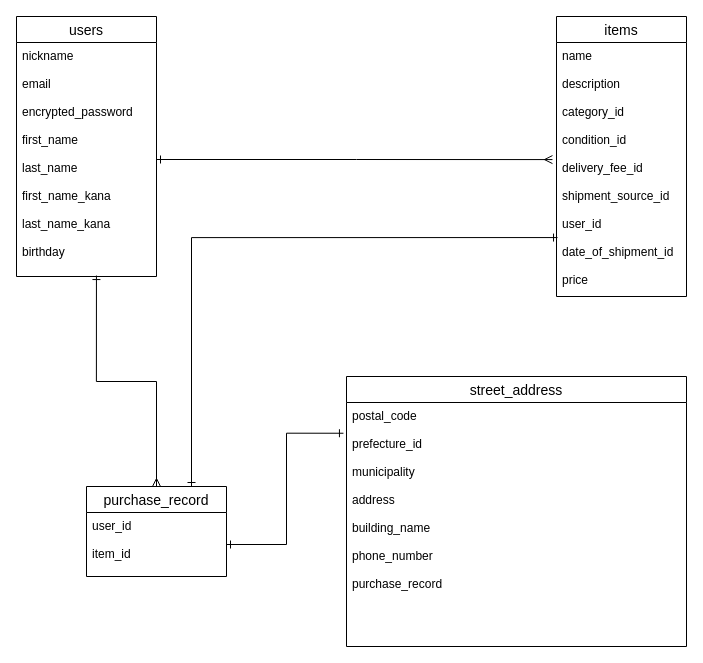
This is config/furima.dio from shuta0417/furima-31790, a draw.io file, before an edit. Source tidied: cells renumbered, new cells numbered last; positions are measured from the earlier drawing's top-left corner, leaving out a move shared by most shapes. Both pictures are drawn from the tidied source at 100%, with x=0, y=0 at pixel (16, 16).
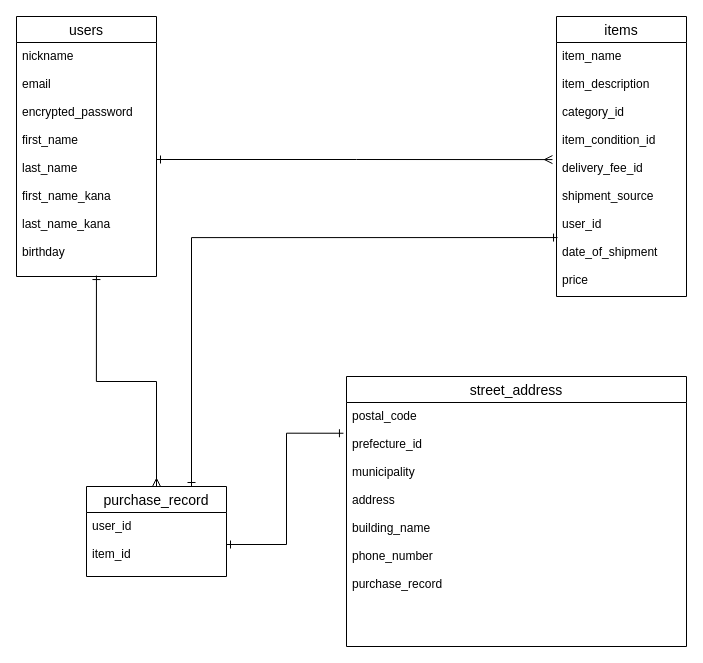
After the change.

What changed in the source:
```diff
@@
 <mxGraphModel>
   <root>
     <mxCell id="0" />
     <mxCell id="1" parent="0" />
     <mxCell id="2" value="items" style="swimlane;fontStyle=0;horizontal=1;startSize=26;align=center;fontSize=14;" parent="1" vertex="1">
       <mxGeometry x="540" width="130" height="280" as="geometry" />
     </mxCell>
-    <mxCell id="3" value="name &#10;&#10;description&#10; &#10;category_id&#10; &#10;condition_id&#10; &#10;delivery_fee_id&#10; &#10;shipment_source_id&#10; &#10;user_id&#10; &#10;date_of_shipment_id&#10; &#10;price" style="text;strokeColor=none;fillColor=none;spacingLeft=4;spacingRight=4;overflow=hidden;points=[[0,0.5],[1,0.5]];portConstraint=eastwest;fontSize=12;" parent="2" vertex="1">
+    <mxCell id="3" value="item_name &#10;&#10;item_description&#10; &#10;category_id&#10; &#10;item_condition_id&#10; &#10;delivery_fee_id&#10; &#10;shipment_source&#10; &#10;user_id&#10; &#10;date_of_shipment&#10; &#10;price" style="text;strokeColor=none;fillColor=none;spacingLeft=4;spacingRight=4;overflow=hidden;points=[[0,0.5],[1,0.5]];portConstraint=eastwest;fontSize=12;" parent="2" vertex="1">
       <mxGeometry y="26" width="130" height="254" as="geometry" />
     </mxCell>
     <mxCell id="4" value="users" style="swimlane;fontStyle=0;horizontal=1;startSize=26;align=center;fontSize=14;" parent="1" vertex="1">
       <mxGeometry width="140" height="260" as="geometry" />
     </mxCell>
     <mxCell id="5" value="nickname &#10;&#10;email&#10;&#10;encrypted_password&#10;&#10;first_name &#10;&#10;last_name &#10;&#10;first_name_kana &#10;&#10;last_name_kana &#10;&#10;birthday " style="text;strokeColor=none;fillColor=none;spacingLeft=4;spacingRight=4;overflow=hidden;points=[[0,0.5],[1,0.5]];portConstraint=eastwest;fontSize=12;" parent="4" vertex="1">
       <mxGeometry y="26" width="140" height="234" as="geometry" />
     </mxCell>
     <mxCell id="6" style="edgeStyle=orthogonalEdgeStyle;rounded=0;jettySize=auto;html=1;exitX=0.5;exitY=0;exitDx=0;exitDy=0;entryX=0.571;entryY=0.996;entryDx=0;entryDy=0;entryPerimeter=0;startArrow=ERmany;startFill=0;endArrow=ERone;endFill=0;" parent="1" edge="1" source="9" target="5">
       <mxGeometry relative="1" as="geometry" />
     </mxCell>
     <mxCell id="7" style="edgeStyle=orthogonalEdgeStyle;rounded=0;jettySize=auto;html=1;entryX=-0.031;entryY=0.461;entryDx=0;entryDy=0;entryPerimeter=0;startArrow=ERone;startFill=0;endArrow=ERmany;endFill=0;" parent="1" edge="1" source="5" target="3">
       <mxGeometry relative="1" as="geometry" />
     </mxCell>
     <mxCell id="8" style="edgeStyle=orthogonalEdgeStyle;rounded=0;jettySize=auto;html=1;exitX=0.75;exitY=0;exitDx=0;exitDy=0;entryX=0.008;entryY=0.768;entryDx=0;entryDy=0;entryPerimeter=0;startArrow=ERone;startFill=0;endArrow=ERone;endFill=0;" parent="1" edge="1" source="9" target="3">
       <mxGeometry relative="1" as="geometry" />
     </mxCell>
     <mxCell id="9" value="purchase_record" style="swimlane;fontStyle=0;horizontal=1;startSize=26;align=center;fontSize=14;" parent="1" vertex="1">
       <mxGeometry x="70" y="470" width="140" height="90" as="geometry" />
     </mxCell>
     <mxCell id="10" value="user_id&#10;&#10;item_id " style="text;strokeColor=none;fillColor=none;spacingLeft=4;spacingRight=4;overflow=hidden;points=[[0,0.5],[1,0.5]];portConstraint=eastwest;fontSize=12;" parent="9" vertex="1">
       <mxGeometry y="26" width="140" height="64" as="geometry" />
     </mxCell>
     <mxCell id="11" style="edgeStyle=orthogonalEdgeStyle;rounded=0;jettySize=auto;html=1;exitX=1;exitY=0.5;exitDx=0;exitDy=0;entryX=-0.009;entryY=0.126;entryDx=0;entryDy=0;entryPerimeter=0;startArrow=ERone;startFill=0;endArrow=ERone;endFill=0;" parent="1" edge="1" source="10" target="13">
       <mxGeometry relative="1" as="geometry" />
     </mxCell>
     <mxCell id="12" value="street_address" style="swimlane;fontStyle=0;horizontal=1;startSize=26;align=center;fontSize=14;" parent="1" vertex="1">
       <mxGeometry x="330" y="360" width="340" height="270" as="geometry" />
     </mxCell>
     <mxCell id="13" value="postal_code&#10;&#10;prefecture_id&#10;&#10;municipality&#10; &#10;address &#10;&#10;building_name &#10;&#10;phone_number&#10;&#10;purchase_record" style="text;strokeColor=none;fillColor=none;spacingLeft=4;spacingRight=4;overflow=hidden;points=[[0,0.5],[1,0.5]];portConstraint=eastwest;fontSize=12;" parent="12" vertex="1">
       <mxGeometry y="26" width="340" height="244" as="geometry" />
     </mxCell>
   </root>
 </mxGraphModel>
```
